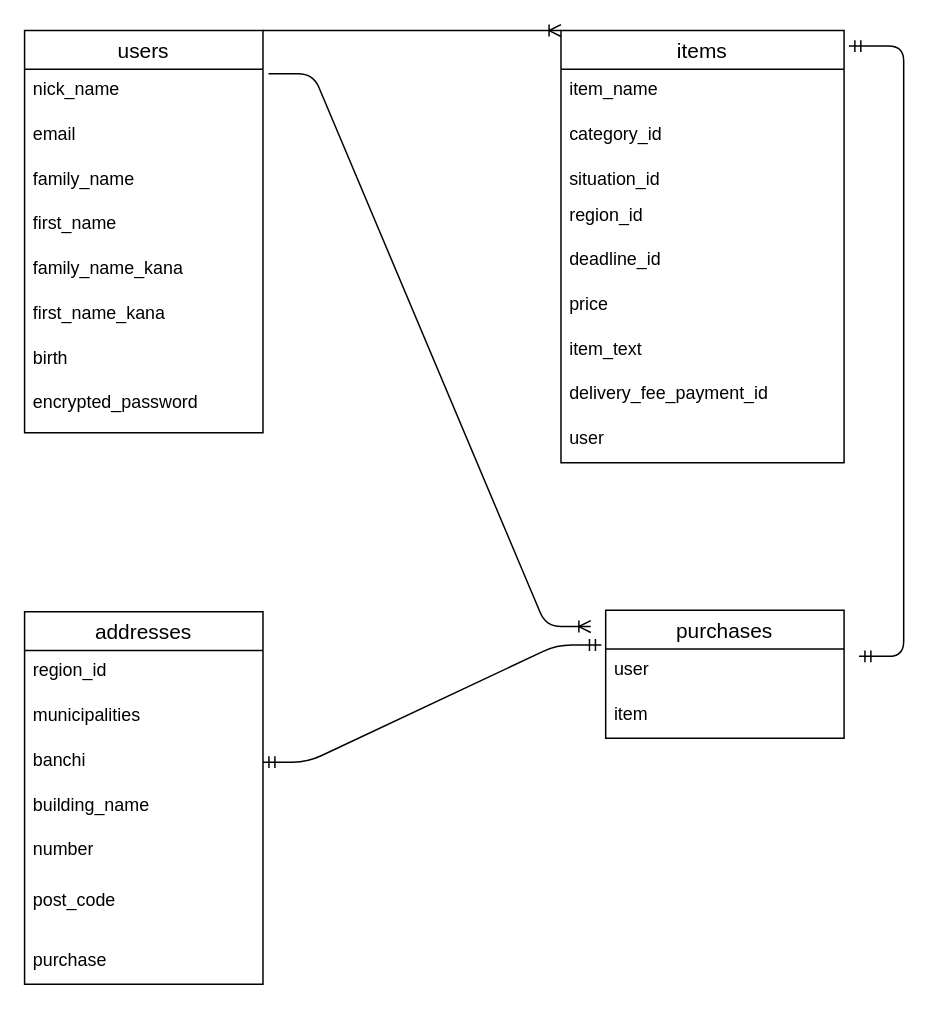
kochan17/furima-38666 keeps this draw.io diagram as ER図.dio. Above is the earlier version. Source tidied: cells renumbered, new cells numbered last; positions are measured from the earlier drawing's top-left corner, leaving out a move shared by most shapes. Both pictures are drawn from the tidied source at 149%, with x=0, y=0 at pixel (24, 30).
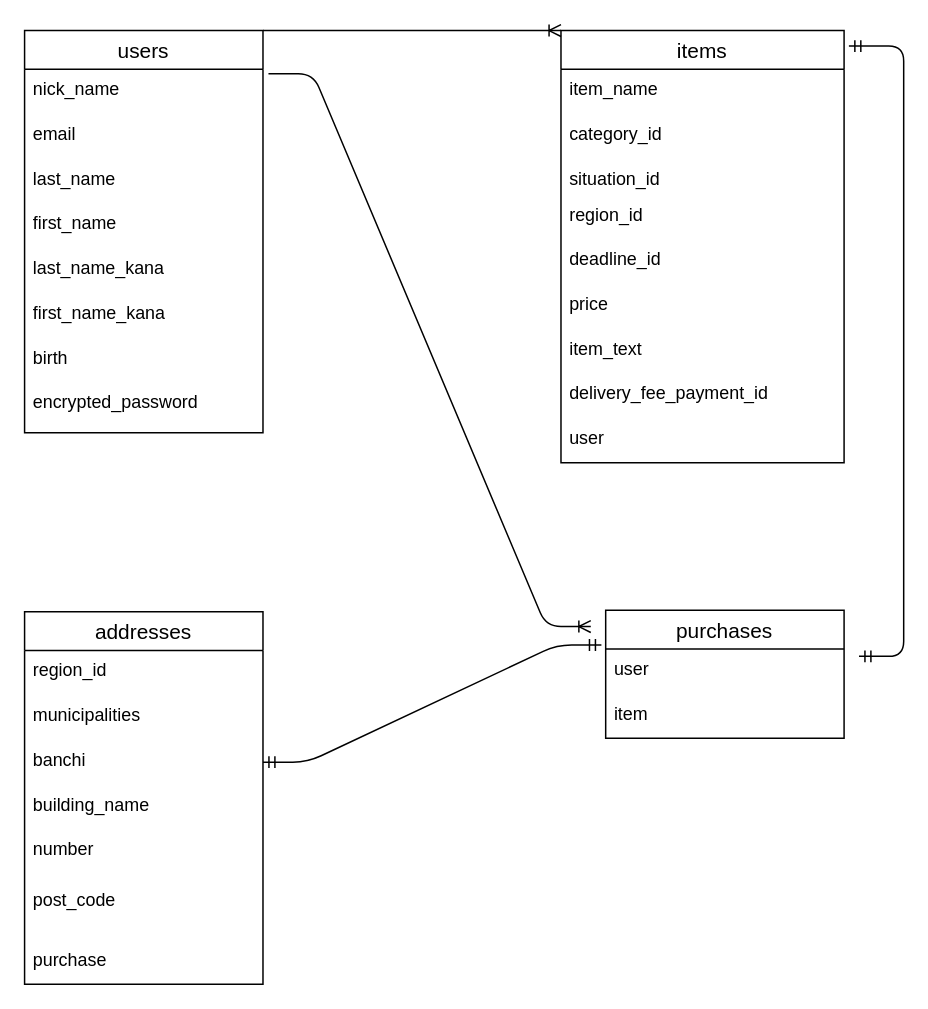
The same page after the edit.

Commit message (it also covers changes not shown here):
デプロイ/ER図修正

The change refers to these unchanged cells:
```xml
<mxCell id="2" value="users" style="swimlane;fontStyle=0;horizontal=1;startSize=26;align=center;fontSize=14;" parent="1" vertex="1">
  <mxGeometry width="160" height="270" as="geometry" />
</mxCell>
```

Diff of the diagram source:
```diff
@@
-    <mxCell id="5" value="family_name" style="text;strokeColor=none;fillColor=none;spacingLeft=4;spacingRight=4;overflow=hidden;fontSize=12;" parent="2" vertex="1">
+    <mxCell id="5" value="last_name" style="text;strokeColor=none;fillColor=none;spacingLeft=4;spacingRight=4;overflow=hidden;fontSize=12;" parent="2" vertex="1">
       <mxGeometry y="86" width="160" height="30" as="geometry" />
     </mxCell>
@@
-    <mxCell id="7" value="family_name_kana" style="text;strokeColor=none;fillColor=none;spacingLeft=4;spacingRight=4;overflow=hidden;fontSize=12;" parent="2" vertex="1">
+    <mxCell id="7" value="last_name_kana" style="text;strokeColor=none;fillColor=none;spacingLeft=4;spacingRight=4;overflow=hidden;fontSize=12;" parent="2" vertex="1">
       <mxGeometry y="146" width="160" height="30" as="geometry" />
     </mxCell>
```
